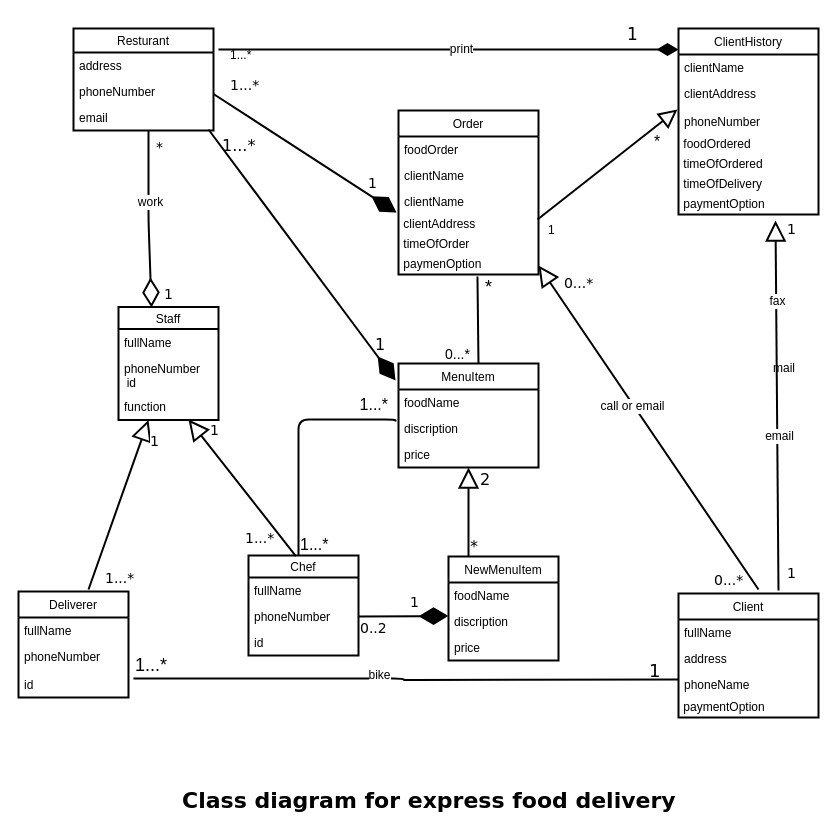
Before: Class Diagram For Express food delivery resturant.drawio in wallaceNdi/OC-PRO, a draw.io diagram. Source tidied: cells renumbered, new cells numbered last; positions are measured from the earlier drawing's top-left corner, leaving out a move shared by most shapes. Both pictures are drawn from the tidied source at 100%, with x=0, y=0 at pixel (18, 17).
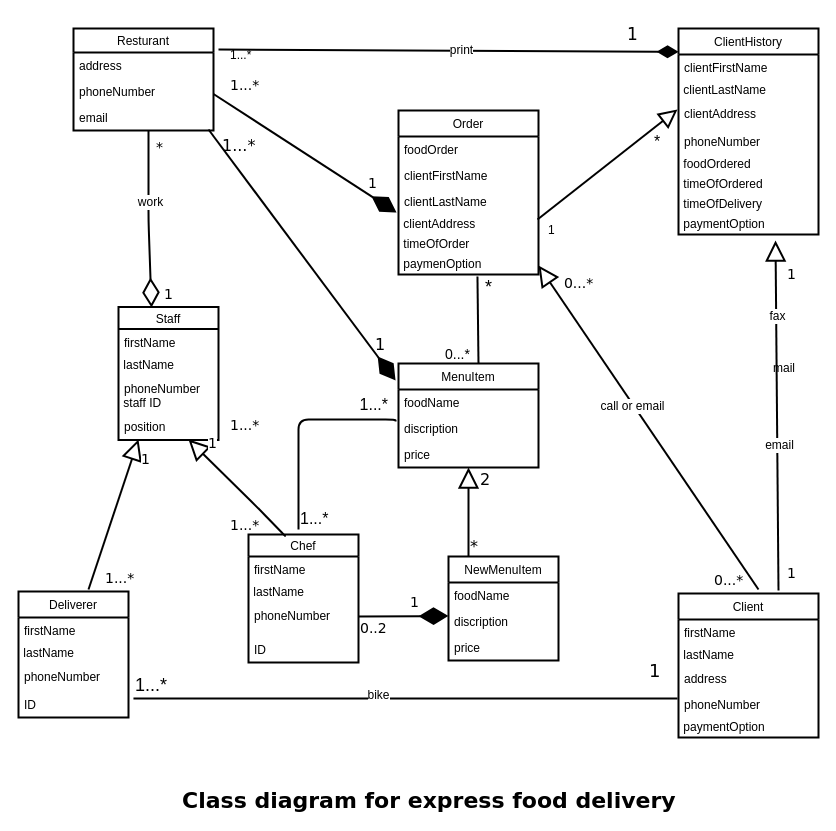
The same diagram, later.

The change refers to these unchanged cells:
```xml
<mxCell id="30" value="discription" style="text;strokeColor=none;fillColor=none;align=left;verticalAlign=top;spacingLeft=4;spacingRight=4;overflow=hidden;points=[[0,0.5],[1,0.5]];portConstraint=eastwest;" parent="28" vertex="1">
  <mxGeometry y="52" width="140" height="26" as="geometry" />
</mxCell>
<mxCell id="32" value="Order" style="swimlane;fontStyle=0;horizontal=1;startSize=26;fillColor=none;strokeWidth=2;" parent="1" vertex="1">
  <mxGeometry x="380" y="93" width="140" height="164" as="geometry" />
</mxCell>
```

Diff of the diagram source:
```diff
@@
     <mxCell id="6" value="Staff" style="swimlane;fontStyle=0;horizontal=1;startSize=22;fillColor=none;strokeWidth=2;" parent="1" vertex="1">
-      <mxGeometry x="100" y="289.5" width="100" height="113" as="geometry" />
+      <mxGeometry x="100" y="289.5" width="100" height="133" as="geometry" />
     </mxCell>
-    <mxCell id="7" value="fullName" style="text;strokeColor=none;fillColor=none;align=left;verticalAlign=top;spacingLeft=4;spacingRight=4;overflow=hidden;" parent="6" vertex="1">
+    <mxCell id="7" value="firstName" style="text;strokeColor=none;fillColor=none;align=left;verticalAlign=top;spacingLeft=4;spacingRight=4;overflow=hidden;" parent="6" vertex="1">
       <mxGeometry y="22" width="100" height="26" as="geometry" />
     </mxCell>
+    <mxCell id="99" value="&amp;nbsp;lastName" style="text;html=1;align=left;verticalAlign=top;spacingTop=-4;" parent="6" vertex="1">
+      <mxGeometry y="48" width="100" height="20" as="geometry" />
+    </mxCell>
     <mxCell id="8" value="phoneNumber" style="text;strokeColor=none;fillColor=none;align=left;verticalAlign=top;spacingLeft=4;spacingRight=4;overflow=hidden;" parent="6" vertex="1">
-      <mxGeometry y="48" width="100" height="18" as="geometry" />
+      <mxGeometry y="68" width="100" height="18" as="geometry" />
     </mxCell>
-    <mxCell id="9" value="&amp;nbsp; id" style="text;html=1;align=left;verticalAlign=top;spacingTop=-4;" parent="6" vertex="1">
-      <mxGeometry y="66" width="100" height="20" as="geometry" />
+    <mxCell id="9" value="&amp;nbsp;staff ID" style="text;html=1;align=left;verticalAlign=top;spacingTop=-4;" parent="6" vertex="1">
+      <mxGeometry y="86" width="100" height="20" as="geometry" />
     </mxCell>
-    <mxCell id="10" value="function" style="text;strokeColor=none;fillColor=none;align=left;verticalAlign=top;spacingLeft=4;spacingRight=4;overflow=hidden;points=[[0,0.5],[1,0.5]];portConstraint=eastwest;" parent="6" vertex="1">
-      <mxGeometry y="86" width="100" height="27" as="geometry" />
+    <mxCell id="10" value="position" style="text;strokeColor=none;fillColor=none;align=left;verticalAlign=top;spacingLeft=4;spacingRight=4;overflow=hidden;points=[[0,0.5],[1,0.5]];portConstraint=eastwest;" parent="6" vertex="1">
+      <mxGeometry y="106" width="100" height="27" as="geometry" />
     </mxCell>
     <mxCell id="11" value="Deliverer" style="swimlane;fontStyle=0;horizontal=1;startSize=26;fillColor=none;strokeWidth=2;" parent="1" vertex="1">
-      <mxGeometry y="574" width="110" height="106" as="geometry" />
+      <mxGeometry y="574" width="110" height="126" as="geometry" />
     </mxCell>
-    <mxCell id="12" value="fullName" style="text;strokeColor=none;fillColor=none;align=left;verticalAlign=top;spacingLeft=4;spacingRight=4;overflow=hidden;" parent="11" vertex="1">
+    <mxCell id="12" value="firstName" style="text;strokeColor=none;fillColor=none;align=left;verticalAlign=top;spacingLeft=4;spacingRight=4;overflow=hidden;" parent="11" vertex="1">
       <mxGeometry y="26" width="110" height="26" as="geometry" />
     </mxCell>
+    <mxCell id="100" value="&amp;nbsp;lastName" style="text;html=1;align=left;verticalAlign=top;spacingTop=-4;" parent="11" vertex="1">
+      <mxGeometry y="52" width="110" height="20" as="geometry" />
+    </mxCell>
     <mxCell id="13" value="phoneNumber" style="text;strokeColor=none;fillColor=none;align=left;verticalAlign=top;spacingLeft=4;spacingRight=4;overflow=hidden;" parent="11" vertex="1">
-      <mxGeometry y="52" width="110" height="28" as="geometry" />
+      <mxGeometry y="72" width="110" height="28" as="geometry" />
     </mxCell>
-    <mxCell id="14" value="id" style="text;strokeColor=none;fillColor=none;align=left;verticalAlign=top;spacingLeft=4;spacingRight=4;overflow=hidden;points=[[0,0.5],[1,0.5]];portConstraint=eastwest;" parent="11" vertex="1">
-      <mxGeometry y="80" width="110" height="26" as="geometry" />
+    <mxCell id="14" value="ID" style="text;strokeColor=none;fillColor=none;align=left;verticalAlign=top;spacingLeft=4;spacingRight=4;overflow=hidden;points=[[0,0.5],[1,0.5]];portConstraint=eastwest;" parent="11" vertex="1">
+      <mxGeometry y="100" width="110" height="26" as="geometry" />
     </mxCell>
     <mxCell id="15" value="Chef" style="swimlane;fontStyle=0;horizontal=1;startSize=22;fillColor=none;strokeWidth=2;" parent="1" vertex="1">
-      <mxGeometry x="230" y="538" width="110" height="100" as="geometry" />
+      <mxGeometry x="230" y="517" width="110" height="128" as="geometry" />
     </mxCell>
-    <mxCell id="16" value="fullName" style="text;strokeColor=none;fillColor=none;align=left;verticalAlign=top;spacingLeft=4;spacingRight=4;overflow=hidden;" parent="15" vertex="1">
+    <mxCell id="16" value="firstName" style="text;strokeColor=none;fillColor=none;align=left;verticalAlign=top;spacingLeft=4;spacingRight=4;overflow=hidden;" parent="15" vertex="1">
       <mxGeometry y="22" width="110" height="26" as="geometry" />
     </mxCell>
+    <mxCell id="101" value="&amp;nbsp;lastName" style="text;html=1;align=left;verticalAlign=top;spacingTop=-4;" parent="15" vertex="1">
+      <mxGeometry y="48" width="110" height="20" as="geometry" />
+    </mxCell>
     <mxCell id="17" value="phoneNumber" style="text;strokeColor=none;fillColor=none;align=left;verticalAlign=top;spacingLeft=4;spacingRight=4;overflow=hidden;" parent="15" vertex="1">
-      <mxGeometry y="48" width="110" height="26" as="geometry" />
+      <mxGeometry y="68" width="110" height="34" as="geometry" />
     </mxCell>
-    <mxCell id="18" value="id" style="text;strokeColor=none;fillColor=none;align=left;verticalAlign=top;spacingLeft=4;spacingRight=4;overflow=hidden;" parent="15" vertex="1">
-      <mxGeometry y="74" width="110" height="26" as="geometry" />
+    <mxCell id="18" value="ID" style="text;strokeColor=none;fillColor=none;align=left;verticalAlign=top;spacingLeft=4;spacingRight=4;overflow=hidden;" parent="15" vertex="1">
+      <mxGeometry y="102" width="110" height="26" as="geometry" />
     </mxCell>
@@
     <mxCell id="23" value="Client" style="swimlane;fontStyle=0;horizontal=1;startSize=26;fillColor=none;strokeWidth=2;" parent="1" vertex="1">
-      <mxGeometry x="660" y="576" width="140" height="124" as="geometry" />
+      <mxGeometry x="660" y="576" width="140" height="144" as="geometry" />
     </mxCell>
-    <mxCell id="24" value="fullName" style="text;strokeColor=none;fillColor=none;align=left;verticalAlign=top;spacingLeft=4;spacingRight=4;overflow=hidden;" parent="23" vertex="1">
+    <mxCell id="24" value="firstName" style="text;strokeColor=none;fillColor=none;align=left;verticalAlign=top;spacingLeft=4;spacingRight=4;overflow=hidden;" parent="23" vertex="1">
       <mxGeometry y="26" width="140" height="26" as="geometry" />
     </mxCell>
+    <mxCell id="102" value="&amp;nbsp;lastName" style="text;html=1;align=left;verticalAlign=top;spacingTop=-4;" parent="23" vertex="1">
+      <mxGeometry y="52" width="140" height="20" as="geometry" />
+    </mxCell>
     <mxCell id="25" value="address" style="text;strokeColor=none;fillColor=none;align=left;verticalAlign=top;spacingLeft=4;spacingRight=4;overflow=hidden;" parent="23" vertex="1">
-      <mxGeometry y="52" width="140" height="26" as="geometry" />
+      <mxGeometry y="72" width="140" height="26" as="geometry" />
     </mxCell>
-    <mxCell id="26" value="phoneName" style="text;strokeColor=none;fillColor=none;align=left;verticalAlign=top;spacingLeft=4;spacingRight=4;overflow=hidden;points=[[0,0.5],[1,0.5]];portConstraint=eastwest;" parent="23" vertex="1">
-      <mxGeometry y="78" width="140" height="26" as="geometry" />
+    <mxCell id="26" value="phoneNumber" style="text;strokeColor=none;fillColor=none;align=left;verticalAlign=top;spacingLeft=4;spacingRight=4;overflow=hidden;points=[[0,0.5],[1,0.5]];portConstraint=eastwest;" parent="23" vertex="1">
+      <mxGeometry y="98" width="140" height="26" as="geometry" />
     </mxCell>
     <mxCell id="27" value="&amp;nbsp;paymentOption" style="text;html=1;align=left;verticalAlign=top;spacingTop=-4;" parent="23" vertex="1">
-      <mxGeometry y="104" width="140" height="20" as="geometry" />
+      <mxGeometry y="124" width="140" height="20" as="geometry" />
     </mxCell>
@@
-    <mxCell id="34" value="clientName" style="text;strokeColor=none;fillColor=none;align=left;verticalAlign=top;spacingLeft=4;spacingRight=4;overflow=hidden;" parent="32" vertex="1">
+    <mxCell id="34" value="clientFirstName" style="text;strokeColor=none;fillColor=none;align=left;verticalAlign=top;spacingLeft=4;spacingRight=4;overflow=hidden;" parent="32" vertex="1">
       <mxGeometry y="52" width="140" height="26" as="geometry" />
     </mxCell>
-    <mxCell id="35" value="clientName" style="text;strokeColor=none;fillColor=none;align=left;verticalAlign=top;spacingLeft=4;spacingRight=4;overflow=hidden;" parent="32" vertex="1">
+    <mxCell id="35" value="clientLastName" style="text;strokeColor=none;fillColor=none;align=left;verticalAlign=top;spacingLeft=4;spacingRight=4;overflow=hidden;" parent="32" vertex="1">
       <mxGeometry y="78" width="140" height="26" as="geometry" />
     </mxCell>
@@
     <mxCell id="39" value="ClientHistory" style="swimlane;fontStyle=0;horizontal=1;startSize=26;fillColor=none;strokeWidth=2;" parent="1" vertex="1">
-      <mxGeometry x="660" y="11" width="140" height="186" as="geometry" />
+      <mxGeometry x="660" y="11" width="140" height="206" as="geometry" />
     </mxCell>
-    <mxCell id="40" value="clientName" style="text;strokeColor=none;fillColor=none;align=left;verticalAlign=top;spacingLeft=4;spacingRight=4;overflow=hidden;" parent="39" vertex="1">
+    <mxCell id="40" value="clientFirstName" style="text;strokeColor=none;fillColor=none;align=left;verticalAlign=top;spacingLeft=4;spacingRight=4;overflow=hidden;" parent="39" vertex="1">
       <mxGeometry y="26" width="140" height="26" as="geometry" />
     </mxCell>
+    <mxCell id="103" value="&amp;nbsp;clientLastName" style="text;html=1;align=left;verticalAlign=top;spacingTop=-4;" parent="39" vertex="1">
+      <mxGeometry y="52" width="140" height="20" as="geometry" />
+    </mxCell>
     <mxCell id="41" value="clientAddress" style="text;strokeColor=none;fillColor=none;align=left;verticalAlign=top;spacingLeft=4;spacingRight=4;overflow=hidden;" parent="39" vertex="1">
-      <mxGeometry y="52" width="140" height="28" as="geometry" />
+      <mxGeometry y="72" width="140" height="28" as="geometry" />
     </mxCell>
     <mxCell id="42" value="phoneNumber" style="text;strokeColor=none;fillColor=none;align=left;verticalAlign=top;spacingLeft=4;spacingRight=4;overflow=hidden;" parent="39" vertex="1">
-      <mxGeometry y="80" width="140" height="26" as="geometry" />
+      <mxGeometry y="100" width="140" height="26" as="geometry" />
     </mxCell>
     <mxCell id="43" value="&amp;nbsp;foodOrdered" style="text;html=1;align=left;verticalAlign=top;spacingTop=-4;" parent="39" vertex="1">
-      <mxGeometry y="106" width="140" height="20" as="geometry" />
+      <mxGeometry y="126" width="140" height="20" as="geometry" />
     </mxCell>
     <mxCell id="44" value="&amp;nbsp;timeOfOrdered" style="text;html=1;align=left;verticalAlign=top;spacingTop=-4;" parent="39" vertex="1">
-      <mxGeometry y="126" width="140" height="20" as="geometry" />
+      <mxGeometry y="146" width="140" height="20" as="geometry" />
     </mxCell>
     <mxCell id="45" value="&amp;nbsp;timeOfDelivery" style="text;html=1;align=left;verticalAlign=top;spacingTop=-4;" parent="39" vertex="1">
-      <mxGeometry y="146" width="140" height="20" as="geometry" />
+      <mxGeometry y="166" width="140" height="20" as="geometry" />
     </mxCell>
     <mxCell id="46" value="&amp;nbsp;paymentOption" style="text;html=1;points=[];align=left;verticalAlign=top;spacingTop=-4;" parent="39" vertex="1">
-      <mxGeometry y="166" width="140" height="20" as="geometry" />
+      <mxGeometry y="186" width="140" height="20" as="geometry" />
     </mxCell>
-    <mxCell id="47" style="endArrow=none;html=1;edgeStyle=orthogonalEdgeStyle;exitX=1.045;exitY=0.269;exitDx=0;exitDy=0;exitPerimeter=0;strokeWidth=2;" parent="1" edge="1" source="14">
-      <mxGeometry relative="1" as="geometry">
-        <mxPoint x="660" y="662" as="targetPoint" />
-      </mxGeometry>
+    <mxCell id="47" style="endArrow=none;html=1;edgeStyle=orthogonalEdgeStyle;exitX=1.045;exitY=0.269;exitDx=0;exitDy=0;exitPerimeter=0;strokeWidth=2;entryX=-0.007;entryY=0.269;entryDx=0;entryDy=0;entryPerimeter=0;" parent="1" edge="1" source="14" target="26">
+      <mxGeometry relative="1" as="geometry" />
     </mxCell>
@@
     <mxCell id="60" style="endArrow=block;endSize=16;endFill=0;html=1;strokeWidth=2;" parent="1" edge="1">
       <mxGeometry x="-0.01" y="-11" relative="1" as="geometry">
         <mxPoint x="70" y="572" as="sourcePoint" />
-        <mxPoint x="130" y="402.5" as="targetPoint" />
+        <mxPoint x="120" y="422" as="targetPoint" />
       </mxGeometry>
     </mxCell>
@@
     <mxCell id="63" style="endArrow=block;endSize=16;endFill=0;html=1;strokeWidth=2;entryX=0.7;entryY=0.981;entryDx=0;entryDy=0;entryPerimeter=0;" parent="1" edge="1" target="10">
       <mxGeometry relative="1" as="geometry">
         <mxPoint x="240" y="491" as="sourcePoint" />
         <Array as="points">
-          <mxPoint x="280" y="542" />
+          <mxPoint x="270" y="522" />
           <mxPoint x="240" y="491" />
         </Array>
       </mxGeometry>
     </mxCell>
@@
     <mxCell id="65" style="endArrow=none;html=1;edgeStyle=orthogonalEdgeStyle;strokeWidth=2;entryX=-0.021;entryY=0.231;entryDx=0;entryDy=0;entryPerimeter=0;" parent="1" edge="1" target="30">
       <mxGeometry relative="1" as="geometry">
-        <mxPoint x="280" y="538" as="sourcePoint" />
+        <mxPoint x="280" y="512" as="sourcePoint" />
         <Array as="points">
           <mxPoint x="280" y="402" />
           <mxPoint x="377" y="402" />
         </Array>
       </mxGeometry>
     </mxCell>
@@
     <mxCell id="83" value="1...*" style="text;html=1;align=left;verticalAlign=top;spacingTop=-4;fontSize=14;fontFamily=Verdana;" parent="1" vertex="1">
-      <mxGeometry x="225" y="510" width="50" height="20" as="geometry" />
+      <mxGeometry x="210" y="497" width="50" height="20" as="geometry" />
     </mxCell>
+    <mxCell id="104" value="1...*" style="text;html=1;align=left;verticalAlign=top;spacingTop=-4;fontSize=14;fontFamily=Verdana;" parent="1" vertex="1">
+      <mxGeometry x="210" y="397" width="50" height="20" as="geometry" />
+    </mxCell>
@@
     <mxCell id="92" value="1" style="text;html=1;align=left;verticalAlign=top;spacingTop=-4;fontSize=14;fontFamily=Verdana;" parent="1" vertex="1">
-      <mxGeometry x="767" y="201" width="20" height="20" as="geometry" />
+      <mxGeometry x="767" y="246" width="20" height="20" as="geometry" />
     </mxCell>
```
